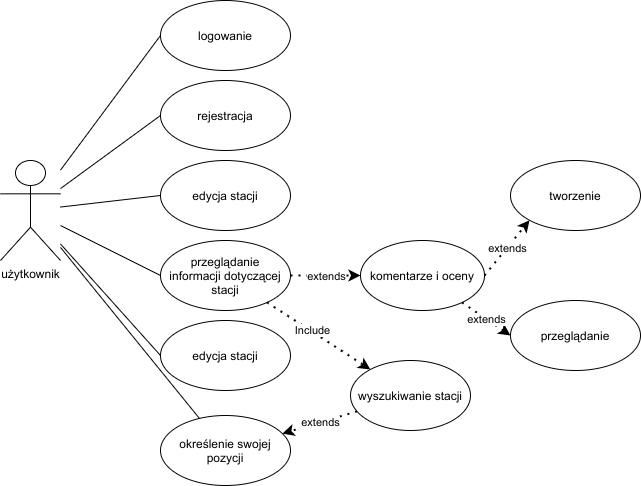
Before: Documentation/rys02/use_case_diagram.png, a diagram exported from draw.io (Despenrado/ElCharge). Source tidied: cells renumbered, new cells last; positions are measured from the earlier drawing's top-left corner, leaving out a move shared by most shapes. Its diagram source:
```xml
<mxGraphModel>
  <root>
    <mxCell id="0" />
    <mxCell id="1" parent="0" />
    <mxCell id="2" value="użytkownik" style="shape=umlActor;verticalLabelPosition=bottom;verticalAlign=top;html=1;outlineConnect=0;" parent="1" vertex="1">
      <mxGeometry y="160" width="60" height="100" as="geometry" />
    </mxCell>
    <mxCell id="3" value="logowanie" style="ellipse;whiteSpace=wrap;html=1;" parent="1" vertex="1">
      <mxGeometry x="160" width="130" height="70" as="geometry" />
    </mxCell>
    <mxCell id="4" value="rejestracja" style="ellipse;whiteSpace=wrap;html=1;" parent="1" vertex="1">
      <mxGeometry x="160" y="80" width="130" height="70" as="geometry" />
    </mxCell>
    <mxCell id="5" value="edycja stacji" style="ellipse;whiteSpace=wrap;html=1;" parent="1" vertex="1">
      <mxGeometry x="160" y="160" width="130" height="70" as="geometry" />
    </mxCell>
    <mxCell id="6" value="edycja stacji" style="ellipse;whiteSpace=wrap;html=1;" parent="1" vertex="1">
      <mxGeometry x="160" y="320" width="130" height="70" as="geometry" />
    </mxCell>
    <mxCell id="7" value="przeglądanie&lt;br&gt;informacji dotyczącej stacji" style="ellipse;whiteSpace=wrap;html=1;" parent="1" vertex="1">
      <mxGeometry x="160" y="240" width="130" height="70" as="geometry" />
    </mxCell>
    <mxCell id="8" value="komentarze i oceny" style="ellipse;whiteSpace=wrap;html=1;" parent="1" vertex="1">
      <mxGeometry x="360" y="240" width="124" height="70" as="geometry" />
    </mxCell>
    <mxCell id="9" value="tworzenie" style="ellipse;whiteSpace=wrap;html=1;" parent="1" vertex="1">
      <mxGeometry x="510" y="160" width="130" height="70" as="geometry" />
    </mxCell>
    <mxCell id="10" value="przeglądanie" style="ellipse;whiteSpace=wrap;html=1;" parent="1" vertex="1">
      <mxGeometry x="510" y="300" width="130" height="70" as="geometry" />
    </mxCell>
    <mxCell id="11" value="wyszukiwanie stacji" style="ellipse;whiteSpace=wrap;html=1;" parent="1" vertex="1">
      <mxGeometry x="350" y="360" width="120" height="70" as="geometry" />
    </mxCell>
    <mxCell id="12" value="określenie swojej pozycji" style="ellipse;whiteSpace=wrap;html=1;" parent="1" vertex="1">
      <mxGeometry x="160" y="415" width="130" height="70" as="geometry" />
    </mxCell>
    <mxCell id="13" style="endArrow=none;html=1;entryX=0;entryY=0.5;entryDx=0;entryDy=0;" parent="1" edge="1" source="2" target="3">
      <mxGeometry relative="1" as="geometry" />
    </mxCell>
    <mxCell id="14" style="endArrow=none;html=1;entryX=0;entryY=0.5;entryDx=0;entryDy=0;" parent="1" edge="1" source="2" target="4">
      <mxGeometry relative="1" as="geometry" />
    </mxCell>
    <mxCell id="15" style="endArrow=none;html=1;entryX=0;entryY=0.5;entryDx=0;entryDy=0;" parent="1" edge="1" source="2" target="5">
      <mxGeometry relative="1" as="geometry" />
    </mxCell>
    <mxCell id="16" style="endArrow=none;html=1;" parent="1" edge="1" source="2" target="12">
      <mxGeometry relative="1" as="geometry" />
    </mxCell>
    <mxCell id="17" style="endArrow=classic;dashed=1;html=1;dashPattern=1 3;strokeWidth=2;" parent="1" edge="1" source="11" target="12">
      <mxGeometry relative="1" as="geometry" />
    </mxCell>
    <mxCell id="18" value="extends" style="edgeLabel;html=1;align=center;verticalAlign=middle;" parent="17" vertex="1">
      <mxGeometry relative="1" as="geometry" />
    </mxCell>
    <mxCell id="19" style="endArrow=classic;dashed=1;html=1;dashPattern=1 3;strokeWidth=2;" parent="1" edge="1" source="7" target="11">
      <mxGeometry relative="1" as="geometry" />
    </mxCell>
    <mxCell id="20" value="Include" style="edgeLabel;html=1;align=center;verticalAlign=middle;" parent="19" vertex="1">
      <mxGeometry x="-0.14" y="1" relative="1" as="geometry" />
    </mxCell>
    <mxCell id="21" style="endArrow=none;html=1;entryX=0;entryY=0.5;entryDx=0;entryDy=0;" parent="1" edge="1" source="2" target="7">
      <mxGeometry relative="1" as="geometry" />
    </mxCell>
    <mxCell id="22" style="endArrow=none;html=1;entryX=0;entryY=0.5;entryDx=0;entryDy=0;" parent="1" edge="1" source="2" target="6">
      <mxGeometry relative="1" as="geometry" />
    </mxCell>
    <mxCell id="23" style="endArrow=classic;dashed=1;html=1;dashPattern=1 3;strokeWidth=2;entryX=0;entryY=0.5;entryDx=0;entryDy=0;exitX=1;exitY=0.5;exitDx=0;exitDy=0;" parent="1" edge="1" source="7" target="8">
      <mxGeometry relative="1" as="geometry" />
    </mxCell>
    <mxCell id="24" value="extends" style="edgeLabel;html=1;align=center;verticalAlign=middle;" parent="23" vertex="1">
      <mxGeometry relative="1" as="geometry" />
    </mxCell>
    <mxCell id="25" style="endArrow=classic;dashed=1;html=1;dashPattern=1 3;strokeWidth=2;exitX=1;exitY=0.5;exitDx=0;exitDy=0;entryX=0;entryY=1;entryDx=0;entryDy=0;" parent="1" edge="1" source="8" target="9">
      <mxGeometry relative="1" as="geometry" />
    </mxCell>
    <mxCell id="26" value="extends" style="edgeLabel;html=1;align=center;verticalAlign=middle;" parent="25" vertex="1">
      <mxGeometry relative="1" as="geometry" />
    </mxCell>
    <mxCell id="27" style="endArrow=classic;dashed=1;html=1;dashPattern=1 3;strokeWidth=2;entryX=0;entryY=0.5;entryDx=0;entryDy=0;" parent="1" edge="1" source="8" target="10">
      <mxGeometry relative="1" as="geometry" />
    </mxCell>
    <mxCell id="28" value="extends" style="edgeLabel;html=1;align=center;verticalAlign=middle;" parent="27" vertex="1">
      <mxGeometry relative="1" as="geometry" />
    </mxCell>
  </root>
</mxGraphModel>
```
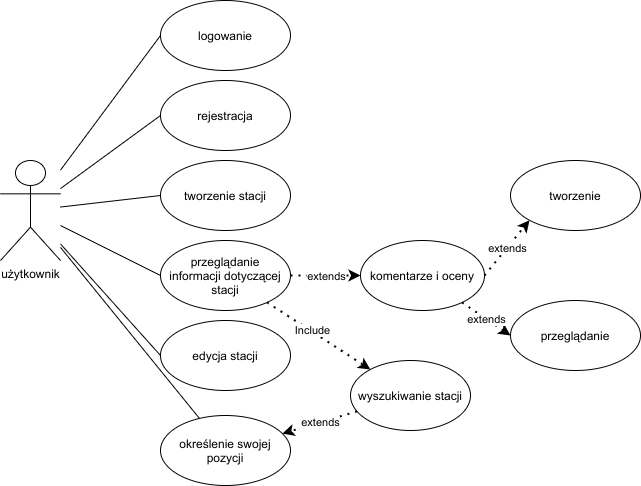
The same file after the commit.

Diff of the diagram source:
```diff
@@ -11,7 +11,7 @@
     <mxCell id="4" value="rejestracja" style="ellipse;whiteSpace=wrap;html=1;" parent="1" vertex="1">
       <mxGeometry x="160" y="80" width="130" height="70" as="geometry" />
     </mxCell>
-    <mxCell id="5" value="edycja stacji" style="ellipse;whiteSpace=wrap;html=1;" parent="1" vertex="1">
+    <mxCell id="5" value="tworzenie stacji" style="ellipse;whiteSpace=wrap;html=1;" parent="1" vertex="1">
       <mxGeometry x="160" y="160" width="130" height="70" as="geometry" />
     </mxCell>
     <mxCell id="6" value="edycja stacji" style="ellipse;whiteSpace=wrap;html=1;" parent="1" vertex="1">
```
